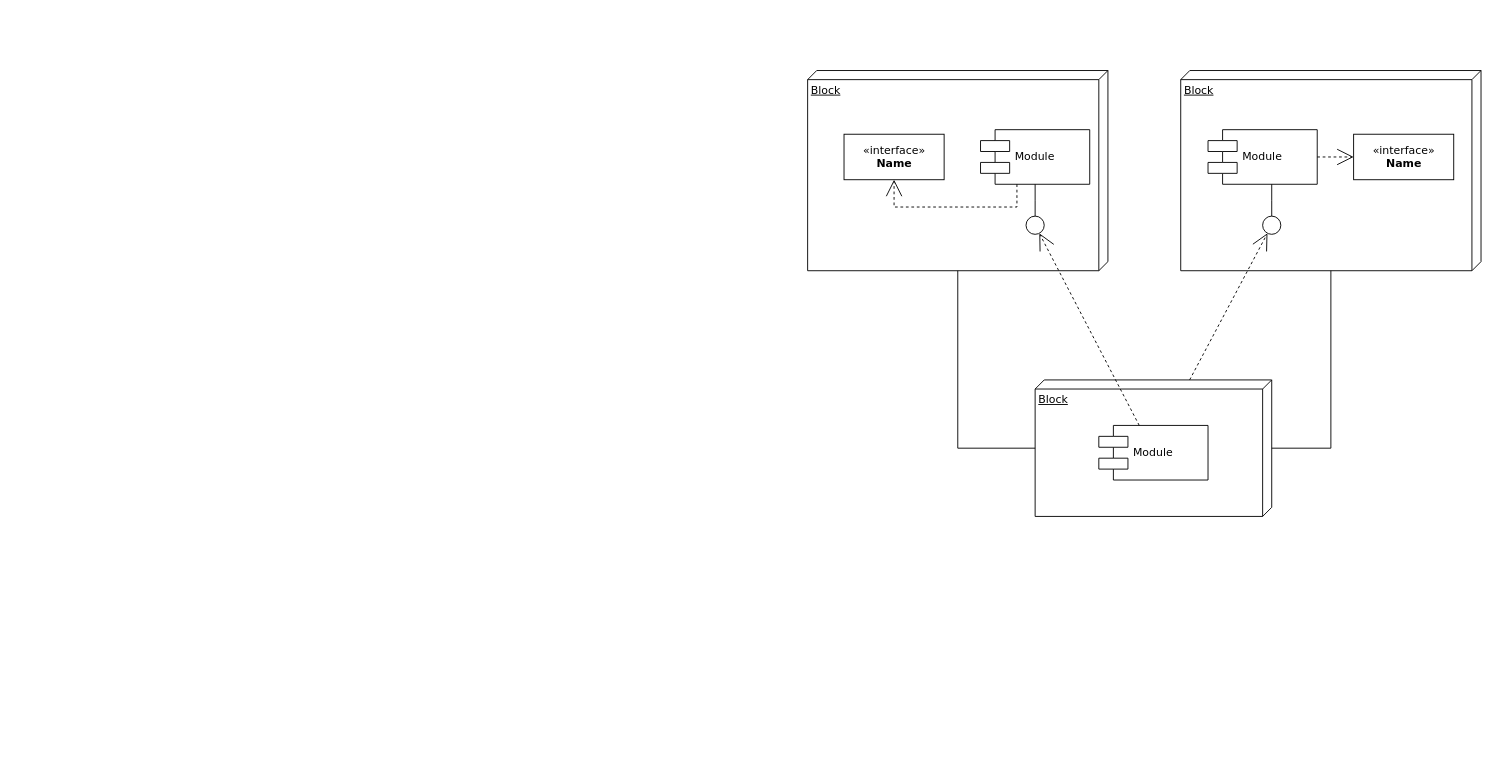
Anna-Karenina/gRPC-LookUp keeps this draw.io diagram as Untitled Diagram.drawio. Above is the earlier version. Source tidied: cells renumbered, new cells numbered last; positions are measured from the earlier drawing's top-left corner, leaving out a move shared by most shapes. Both pictures are drawn from the tidied source at 91%, with x=0, y=0 at pixel (807, 70).
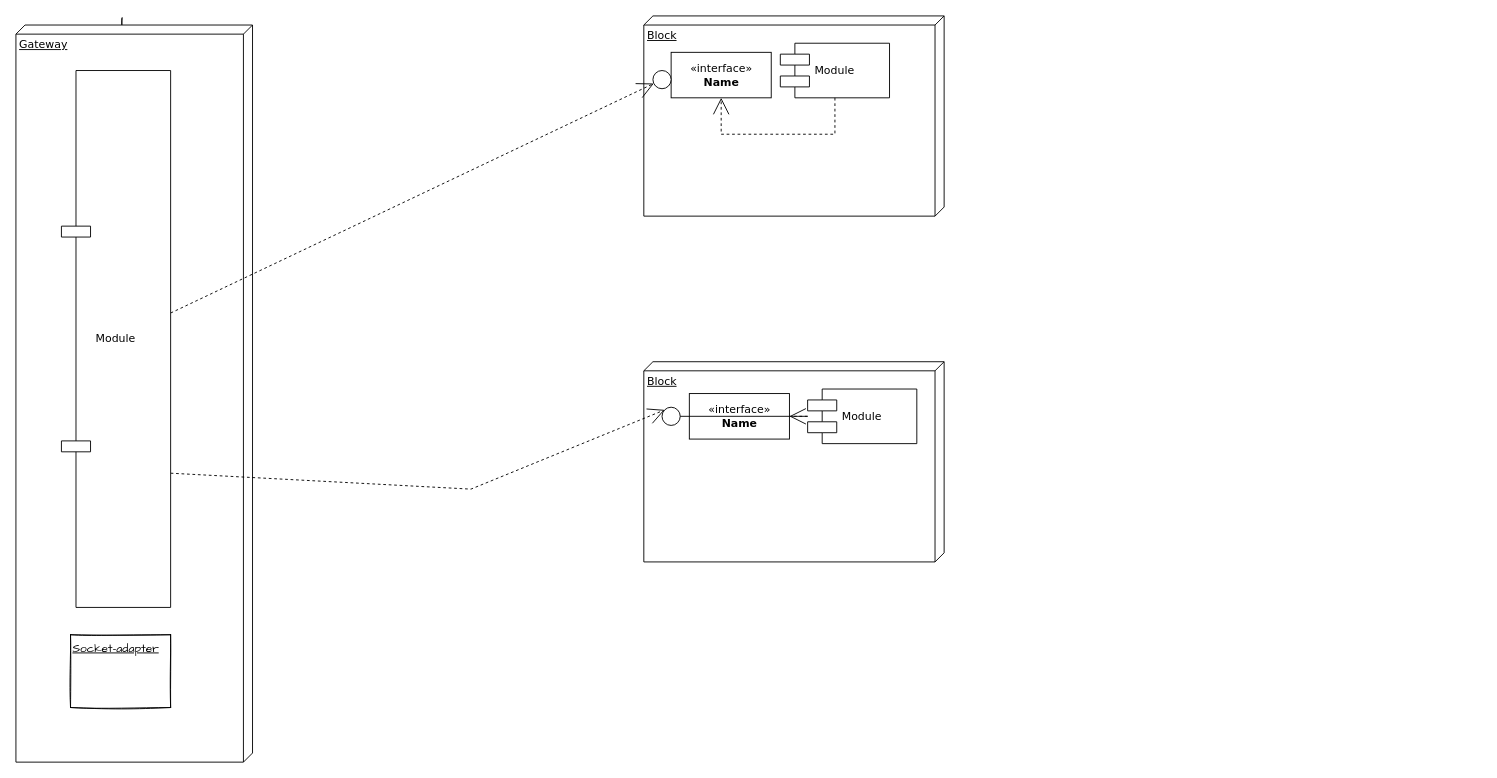
After the change.

Change to the diagram source:
```diff
@@
     <mxCell id="2" value="Block" style="verticalAlign=top;align=left;spacingTop=8;spacingLeft=2;spacingRight=12;shape=cube;size=10;direction=south;fontStyle=4;html=1;rounded=0;shadow=0;comic=0;labelBackgroundColor=none;strokeWidth=1;fontFamily=Verdana;fontSize=12;" parent="1" vertex="1">
-      <mxGeometry width="330" height="220" as="geometry" />
+      <mxGeometry x="-180" y="-60" width="330" height="220" as="geometry" />
     </mxCell>
     <mxCell id="3" value="Block" style="verticalAlign=top;align=left;spacingTop=8;spacingLeft=2;spacingRight=12;shape=cube;size=10;direction=south;fontStyle=4;html=1;rounded=0;shadow=0;comic=0;labelBackgroundColor=none;strokeWidth=1;fontFamily=Verdana;fontSize=12;" parent="1" vertex="1">
-      <mxGeometry x="410" width="330" height="220" as="geometry" />
+      <mxGeometry x="-180" y="320" width="330" height="220" as="geometry" />
     </mxCell>
+    <mxCell id="20" style="edgeStyle=none;curved=1;rounded=0;sketch=1;hachureGap=4;jettySize=auto;html=1;fontFamily=Architects Daughter;fontSize=16;endArrow=open;startSize=14;endSize=14;sourcePerimeterSpacing=8;targetPerimeterSpacing=8;" parent="1" edge="1" source="4">
+      <mxGeometry relative="1" as="geometry">
+        <mxPoint x="-744.1" y="230" as="targetPoint" />
+      </mxGeometry>
+    </mxCell>
-    <mxCell id="4" value="Block" style="verticalAlign=top;align=left;spacingTop=8;spacingLeft=2;spacingRight=12;shape=cube;size=10;direction=south;fontStyle=4;html=1;rounded=0;shadow=0;comic=0;labelBackgroundColor=none;strokeWidth=1;fontFamily=Verdana;fontSize=12;" parent="1" vertex="1">
-      <mxGeometry x="250" y="340" width="260" height="150" as="geometry" />
+    <mxCell id="4" value="Gateway" style="verticalAlign=top;align=left;spacingTop=8;spacingLeft=2;spacingRight=12;shape=cube;size=10;direction=south;fontStyle=4;html=1;rounded=0;shadow=0;comic=0;labelBackgroundColor=none;strokeWidth=1;fontFamily=Verdana;fontSize=12;" parent="1" vertex="1">
+      <mxGeometry x="-870" y="-50" width="260" height="810" as="geometry" />
     </mxCell>
     <mxCell id="5" value="&amp;laquo;interface&amp;raquo;&lt;br&gt;&lt;b&gt;Name&lt;/b&gt;" style="html=1;rounded=0;shadow=0;comic=0;labelBackgroundColor=none;strokeWidth=1;fontFamily=Verdana;fontSize=12;align=center;" parent="1" vertex="1">
-      <mxGeometry x="40" y="70" width="110" height="50" as="geometry" />
+      <mxGeometry x="-150" y="-20" width="110" height="50" as="geometry" />
     </mxCell>
     <mxCell id="6" value="Module" style="shape=component;align=left;spacingLeft=36;rounded=0;shadow=0;comic=0;labelBackgroundColor=none;strokeWidth=1;fontFamily=Verdana;fontSize=12;html=1;" parent="1" vertex="1">
-      <mxGeometry x="190" y="65" width="120" height="60" as="geometry" />
+      <mxGeometry x="-30" y="-30" width="120" height="60" as="geometry" />
     </mxCell>
     <mxCell id="7" style="ellipse;whiteSpace=wrap;html=1;rounded=0;shadow=0;comic=0;labelBackgroundColor=none;strokeWidth=1;fontFamily=Verdana;fontSize=12;align=center;" parent="1" vertex="1">
-      <mxGeometry x="240" y="160" width="20" height="20" as="geometry" />
+      <mxGeometry x="-170" width="20" height="20" as="geometry" />
     </mxCell>
     <mxCell id="8" value="Module" style="shape=component;align=left;spacingLeft=36;rounded=0;shadow=0;comic=0;labelBackgroundColor=none;strokeWidth=1;fontFamily=Verdana;fontSize=12;html=1;" parent="1" vertex="1">
-      <mxGeometry x="440" y="65" width="120" height="60" as="geometry" />
+      <mxGeometry y="350" width="120" height="60" as="geometry" />
     </mxCell>
     <mxCell id="9" value="&amp;laquo;interface&amp;raquo;&lt;br&gt;&lt;b&gt;Name&lt;/b&gt;" style="html=1;rounded=0;shadow=0;comic=0;labelBackgroundColor=none;strokeWidth=1;fontFamily=Verdana;fontSize=12;align=center;" parent="1" vertex="1">
-      <mxGeometry x="600" y="70" width="110" height="50" as="geometry" />
+      <mxGeometry x="-130" y="355" width="110" height="50" as="geometry" />
     </mxCell>
     <mxCell id="10" style="ellipse;whiteSpace=wrap;html=1;rounded=0;shadow=0;comic=0;labelBackgroundColor=none;strokeWidth=1;fontFamily=Verdana;fontSize=12;align=center;" parent="1" vertex="1">
-      <mxGeometry x="500" y="160" width="20" height="20" as="geometry" />
+      <mxGeometry x="-160" y="370" width="20" height="20" as="geometry" />
     </mxCell>
-    <mxCell id="11" value="Module" style="shape=component;align=left;spacingLeft=36;rounded=0;shadow=0;comic=0;labelBackgroundColor=none;strokeWidth=1;fontFamily=Verdana;fontSize=12;html=1;" parent="1" vertex="1">
-      <mxGeometry x="320" y="390" width="120" height="60" as="geometry" />
-    </mxCell>
@@
-    <mxCell id="13" style="edgeStyle=none;rounded=0;html=1;dashed=1;labelBackgroundColor=none;startArrow=none;startFill=0;startSize=8;endArrow=open;endFill=0;endSize=16;fontFamily=Verdana;fontSize=12;" parent="1" edge="1" source="4" target="10">
-      <mxGeometry relative="1" as="geometry" />
+    <mxCell id="13" style="edgeStyle=none;rounded=0;html=1;dashed=1;labelBackgroundColor=none;startArrow=none;startFill=0;startSize=8;endArrow=open;endFill=0;endSize=16;fontFamily=Verdana;fontSize=12;entryX=0;entryY=0;entryDx=0;entryDy=0;exitX=1;exitY=0.75;exitDx=0;exitDy=0;" parent="1" edge="1" source="11" target="10">
+      <mxGeometry relative="1" as="geometry">
+        <Array as="points">
+          <mxPoint x="-370" y="460" />
+        </Array>
+      </mxGeometry>
     </mxCell>
@@
-    <mxCell id="15" style="edgeStyle=elbowEdgeStyle;rounded=0;html=1;labelBackgroundColor=none;startArrow=none;startFill=0;startSize=8;endArrow=none;endFill=0;endSize=16;fontFamily=Verdana;fontSize=12;" parent="1" edge="1" source="7" target="6">
-      <mxGeometry relative="1" as="geometry" />
-    </mxCell>
     <mxCell id="16" style="edgeStyle=orthogonalEdgeStyle;rounded=0;html=1;labelBackgroundColor=none;startArrow=none;startFill=0;startSize=8;endArrow=open;endFill=0;endSize=16;fontFamily=Verdana;fontSize=12;dashed=1;" parent="1" edge="1" source="6" target="5">
       <mxGeometry relative="1" as="geometry">
         <Array as="points">
-          <mxPoint x="230" y="150" />
-          <mxPoint x="95" y="150" />
+          <mxPoint x="30" y="70" />
+          <mxPoint x="-95" y="70" />
         </Array>
       </mxGeometry>
     </mxCell>
@@
-    <mxCell id="18" style="edgeStyle=orthogonalEdgeStyle;rounded=0;html=1;labelBackgroundColor=none;startArrow=none;startFill=0;startSize=8;endArrow=none;endFill=0;endSize=16;fontFamily=Verdana;fontSize=12;" parent="1" edge="1" source="4" target="3">
-      <mxGeometry relative="1" as="geometry">
-        <Array as="points">
-          <mxPoint x="575" y="415" />
-        </Array>
-      </mxGeometry>
-    </mxCell>
-    <mxCell id="19" style="edgeStyle=orthogonalEdgeStyle;rounded=0;html=1;labelBackgroundColor=none;startArrow=none;startFill=0;startSize=8;endArrow=none;endFill=0;endSize=16;fontFamily=Verdana;fontSize=12;" parent="1" edge="1" source="4" target="2">
-      <mxGeometry relative="1" as="geometry">
-        <Array as="points">
-          <mxPoint x="165" y="415" />
-        </Array>
-      </mxGeometry>
-    </mxCell>
+    <mxCell id="11" value="Module" style="shape=component;align=left;spacingLeft=36;rounded=0;shadow=0;comic=0;labelBackgroundColor=none;strokeWidth=1;fontFamily=Verdana;fontSize=12;html=1;" parent="1" vertex="1">
+      <mxGeometry x="-820" width="120" height="590" as="geometry" />
+    </mxCell>
+    <mxCell id="21" style="rounded=0;whiteSpace=wrap;html=1;sketch=1;hachureGap=4;fontFamily=Architects Daughter;fontSize=20;" parent="1" vertex="1">
+      <mxGeometry x="-810" y="620" width="110" height="80" as="geometry" />
+    </mxCell>
+    <mxCell id="22" value="Socket-adapter" style="text;strokeColor=none;fillColor=none;html=1;align=center;verticalAlign=middle;whiteSpace=wrap;rounded=0;sketch=1;hachureGap=4;fontFamily=Architects Daughter;fontSize=13;fontStyle=4;" parent="1" vertex="1">
+      <mxGeometry x="-810" y="620" width="100" height="30" as="geometry" />
+    </mxCell>
```
